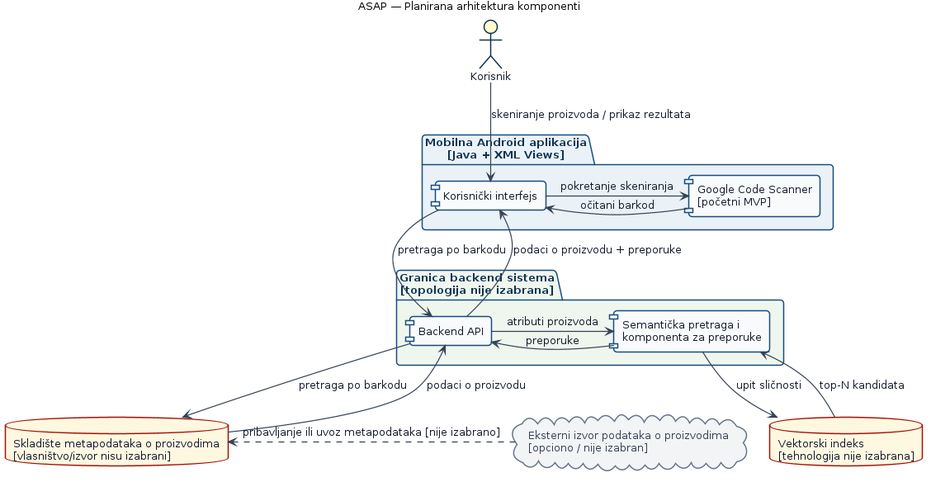
Before: docs/diagrams/rendered/sr/presentation/component-architecture.png, a diagram exported from PlantUML (mikelandjelos/asap-app). Its source is kept beside it as docs/diagrams/component-architecture.puml.
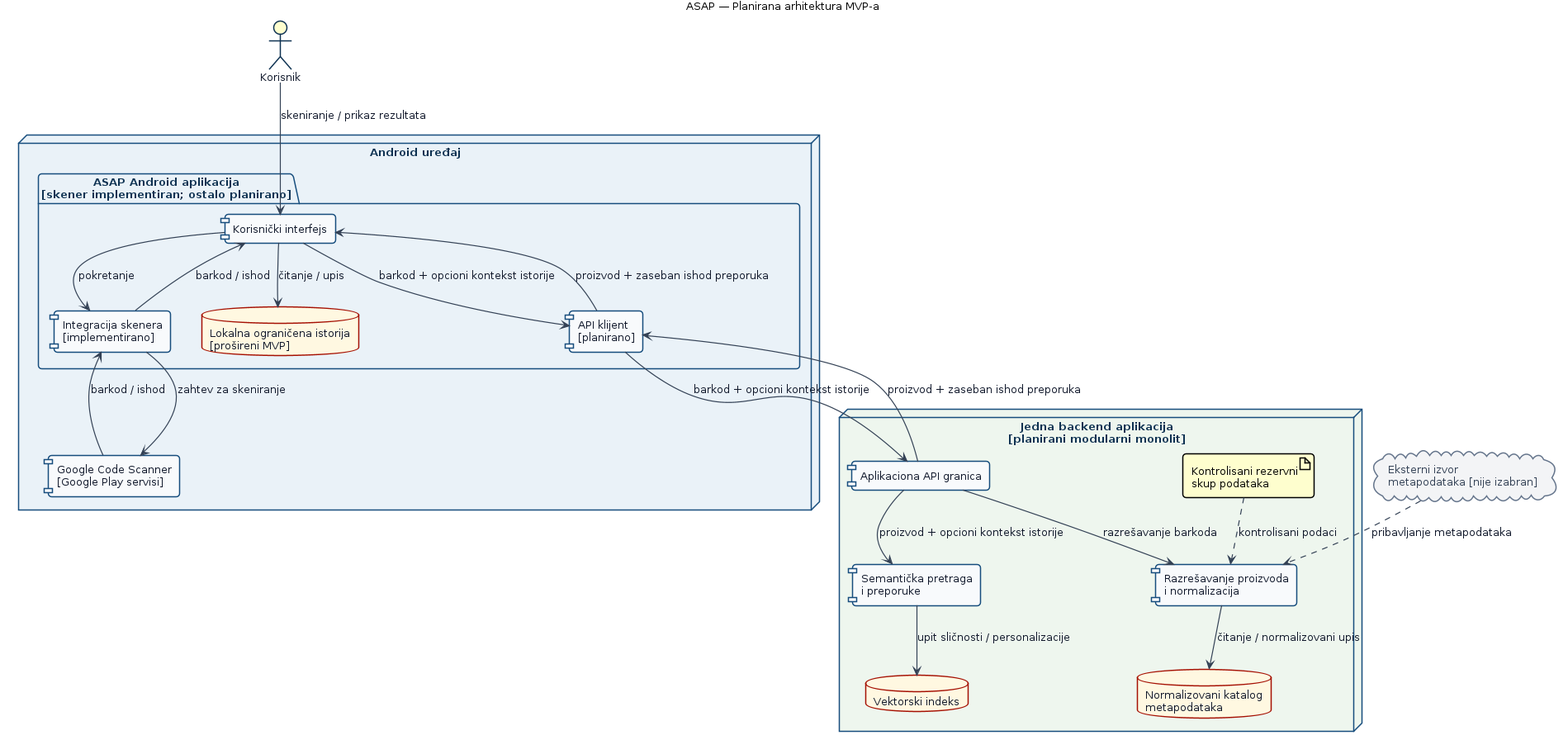
The same diagram one commit later.

The edit, as a diff of the source:
```diff
@@ -2,71 +2,73 @@
 !include includes/theme.puml
 
 !ifdef SERBIAN
-  !define DIAGRAM_TITLE ASAP — Planirana arhitektura komponenti
+  !define DIAGRAM_TITLE ASAP — Planirana arhitektura MVP-a
   !define USER_LABEL Korisnik
-  !define CLIENT_LABEL Mobilna Android aplikacija\n[Java + XML Views]
+  !define DEVICE_LABEL Android uređaj
+  !define APP_LABEL ASAP Android aplikacija\n[skener implementiran; ostalo planirano]
   !define UI_LABEL Korisnički interfejs
-  !define SCANNER_LABEL Google Code Scanner\n[početni MVP]
-  !define BACKEND_LABEL Granica backend sistema\n[topologija nije izabrana]
-  !define API_LABEL Backend API
-  !define SEMANTIC_LABEL Semantička pretraga i\nkomponenta za preporuke
-  !define PRODUCTS_LABEL Skladište metapodataka o proizvodima\n[vlasništvo/izvor nisu izabrani]
-  !define VECTORS_LABEL Vektorski indeks\n[tehnologija nije izabrana]
-  !define EXTERNAL_LABEL Eksterni izvor podataka o proizvodima\n[opciono / nije izabran]
-  !define FLOW_USER skeniranje proizvoda / prikaz rezultata
-  !define FLOW_FRAMES pokretanje skeniranja
-  !define FLOW_BARCODE očitani barkod
-  !define FLOW_LOOKUP pretraga po barkodu
-  !define FLOW_DETAILS podaci o proizvodu
-  !define FLOW_ATTRIBUTES atributi proizvoda
-  !define FLOW_RECOMMENDATIONS preporuke
-  !define FLOW_SIMILARITY upit sličnosti
-  !define FLOW_CANDIDATES top-N kandidata
-  !define FLOW_RESULT podaci o proizvodu + preporuke
-  !define FLOW_EXTERNAL pribavljanje ili uvoz metapodataka [nije izabrano]
-  !define LEGEND_NOTATION Oznaka
-  !define LEGEND_MEANING Značenje
-  !define LEGEND_SOLID Puna strelica
-  !define LEGEND_SOLID_MEANING Planirani tok informacija tokom rada
-  !define LEGEND_DASHED Isprekidana strelica
-  !define LEGEND_DASHED_MEANING Opciono ili nerazrešeno povezivanje
-  !define LEGEND_TBD [nije izabrano]
-  !define LEGEND_TBD_MEANING Eksplicitno otvorena projektna odluka
-  !define LEGEND_BOUNDARIES Granice
-  !define LEGEND_BOUNDARIES_MEANING Logičke; nisu dokaz implementacije
+  !define SCAN_ADAPTER_LABEL Integracija skenera\n[implementirano]
+  !define API_CLIENT_LABEL API klijent\n[planirano]
+  !define HISTORY_LABEL Lokalna ograničena istorija\n[prošireni MVP]
+  !define GCS_LABEL Google Code Scanner\n[Google Play servisi]
+  !define BACKEND_LABEL Jedna backend aplikacija\n[planirani modularni monolit]
+  !define API_LABEL Aplikaciona API granica
+  !define RESOLVER_LABEL Razrešavanje proizvoda\ni normalizacija
+  !define RECOMMENDER_LABEL Semantička pretraga\ni preporuke
+  !define PRODUCTS_LABEL Normalizovani katalog\nmetapodataka
+  !define VECTORS_LABEL Vektorski indeks
+  !define FALLBACK_LABEL Kontrolisani rezervni\nskup podataka
+  !define EXTERNAL_LABEL Eksterni izvor\nmetapodataka [nije izabran]
+  !define FLOW_USER skeniranje / prikaz rezultata
+  !define FLOW_LAUNCH pokretanje
+  !define FLOW_SCAN_CALL zahtev za skeniranje
+  !define FLOW_BARCODE barkod / ishod
+  !define FLOW_HISTORY čitanje / upis
+  !define FLOW_REQUEST barkod + opcioni kontekst istorije
+  !define FLOW_LOOKUP razrešavanje barkoda
+  !define FLOW_CATALOG čitanje / normalizovani upis
+  !define FLOW_PROVIDER pribavljanje metapodataka
+  !define FLOW_FALLBACK kontrolisani podaci
+  !define FLOW_RANK proizvod + opcioni kontekst istorije
+  !define FLOW_SEARCH upit sličnosti / personalizacije
+  !define FLOW_RESPONSE proizvod + zaseban ishod preporuka
+  !define LEGEND_1 Puna strelica: planirani tok tokom rada
+  !define LEGEND_2 Isprekidana strelica: rezervni ili eksterni tok
+  !define LEGEND_3 Granice prikazuju planirano postavljanje; samo integracija skenera je implementirana.
 !else
-  !define DIAGRAM_TITLE ASAP — Proposed component architecture
+  !define DIAGRAM_TITLE ASAP — Proposed MVP architecture
   !define USER_LABEL User
-  !define CLIENT_LABEL Android client\n[Java + XML Views]
+  !define DEVICE_LABEL Android device
+  !define APP_LABEL ASAP Android app\n[scanner implemented; rest planned]
   !define UI_LABEL User interface
-  !define SCANNER_LABEL Google Code Scanner\n[initial MVP]
-  !define BACKEND_LABEL Backend boundary\n[topology TBD]
-  !define API_LABEL Backend API
-  !define SEMANTIC_LABEL Semantic search and\nrecommendation component
-  !define PRODUCTS_LABEL Product metadata store\n[ownership/provider TBD]
-  !define VECTORS_LABEL Vector index\n[technology TBD]
-  !define EXTERNAL_LABEL External product metadata source\n[optional / TBD]
-  !define FLOW_USER scan product / view results
-  !define FLOW_FRAMES launch scan
-  !define FLOW_BARCODE decoded barcode
-  !define FLOW_LOOKUP lookup by barcode
-  !define FLOW_DETAILS product details
-  !define FLOW_ATTRIBUTES product attributes
-  !define FLOW_RECOMMENDATIONS recommendations
-  !define FLOW_SIMILARITY similarity query
-  !define FLOW_CANDIDATES top-N candidates
-  !define FLOW_RESULT product details + recommendations
-  !define FLOW_EXTERNAL metadata ingestion or lookup [TBD]
-  !define LEGEND_NOTATION Notation
-  !define LEGEND_MEANING Meaning
-  !define LEGEND_SOLID Solid arrow
-  !define LEGEND_SOLID_MEANING Planned runtime information flow
-  !define LEGEND_DASHED Dashed arrow
-  !define LEGEND_DASHED_MEANING Optional/unresolved integration
-  !define LEGEND_TBD [TBD]
-  !define LEGEND_TBD_MEANING Explicitly undecided design point
-  !define LEGEND_BOUNDARIES Boundaries
-  !define LEGEND_BOUNDARIES_MEANING Logical only; not deployment evidence
+  !define SCAN_ADAPTER_LABEL Scanner integration\n[implemented]
+  !define API_CLIENT_LABEL API client\n[planned]
+  !define HISTORY_LABEL Local bounded history\n[extended MVP]
+  !define GCS_LABEL Google Code Scanner\n[Google Play services]
+  !define BACKEND_LABEL Single backend application\n[planned modular monolith]
+  !define API_LABEL Application API boundary
+  !define RESOLVER_LABEL Product resolution\nand normalization
+  !define RECOMMENDER_LABEL Semantic search\nand recommendation
+  !define PRODUCTS_LABEL Normalized product\nmetadata catalog
+  !define VECTORS_LABEL Vector index
+  !define FALLBACK_LABEL Controlled fallback\ndataset
+  !define EXTERNAL_LABEL External product\nmetadata source [TBD]
+  !define FLOW_USER scan / view results
+  !define FLOW_LAUNCH launch
+  !define FLOW_SCAN_CALL scan request
+  !define FLOW_BARCODE barcode / outcome
+  !define FLOW_HISTORY read / write
+  !define FLOW_REQUEST barcode + optional history context
+  !define FLOW_LOOKUP resolve barcode
+  !define FLOW_CATALOG read / normalized write
+  !define FLOW_PROVIDER retrieve metadata
+  !define FLOW_FALLBACK controlled data
+  !define FLOW_RANK product + optional history context
+  !define FLOW_SEARCH similarity / personalization query
+  !define FLOW_RESPONSE product + separate recommendation outcome
+  !define LEGEND_1 Solid arrow: planned runtime information flow
+  !define LEGEND_2 Dashed arrow: fallback or external flow
+  !define LEGEND_3 Boundaries show planned deployment; only scanner integration is implemented.
 !endif
 
 title DIAGRAM_TITLE
@@ -74,40 +76,49 @@
 
 actor "USER_LABEL" as user
 
-package "CLIENT_LABEL" as android #EAF2F8 {
-  component "UI_LABEL" as ui
-  component "SCANNER_LABEL" as scanner
+node "DEVICE_LABEL" as device #EAF2F8 {
+  package "APP_LABEL" as android #EAF2F8 {
+    component "UI_LABEL" as ui
+    component "SCAN_ADAPTER_LABEL" as scan_adapter
+    component "API_CLIENT_LABEL" as api_client
+    database "HISTORY_LABEL" as history
+  }
+  component "GCS_LABEL" as scanner
 }
 
-package "BACKEND_LABEL" as backend #EEF6EE {
+node "BACKEND_LABEL" as backend #EEF6EE {
   component "API_LABEL" as api
-  component "SEMANTIC_LABEL" as semantic
+  component "RESOLVER_LABEL" as resolver
+  component "RECOMMENDER_LABEL" as recommender
+  database "PRODUCTS_LABEL" as products
+  database "VECTORS_LABEL" as vectors
+  artifact "FALLBACK_LABEL" as fallback
 }
 
-database "PRODUCTS_LABEL" as products
-database "VECTORS_LABEL" as vectors
 cloud "EXTERNAL_LABEL" as external
 
-user -down-> ui : FLOW_USER
-ui -right-> scanner : FLOW_FRAMES
-scanner -left-> ui : FLOW_BARCODE
-ui -down-> api : FLOW_LOOKUP
-api -down-> products : FLOW_LOOKUP
-products -up-> api : FLOW_DETAILS
-api -right-> semantic : FLOW_ATTRIBUTES
-semantic -left-> api : FLOW_RECOMMENDATIONS
-semantic -down-> vectors : FLOW_SIMILARITY
-vectors -up-> semantic : FLOW_CANDIDATES
-api -up-> ui : FLOW_RESULT
-external .left.> products : FLOW_EXTERNAL
+user --> ui : FLOW_USER
+ui --> scan_adapter : FLOW_LAUNCH
+scan_adapter --> scanner : FLOW_SCAN_CALL
+scanner --> scan_adapter : FLOW_BARCODE
+scan_adapter --> ui : FLOW_BARCODE
+ui --> history : FLOW_HISTORY
+ui --> api_client : FLOW_REQUEST
+api_client --> api : FLOW_REQUEST
+api --> resolver : FLOW_LOOKUP
+resolver --> products : FLOW_CATALOG
+external ..> resolver : FLOW_PROVIDER
+fallback ..> resolver : FLOW_FALLBACK
+api --> recommender : FLOW_RANK
+recommender --> vectors : FLOW_SEARCH
+api --> api_client : FLOW_RESPONSE
+api_client --> ui : FLOW_RESPONSE
 
 !ifndef PRESENTATION
   legend bottom
-    |= LEGEND_NOTATION |= LEGEND_MEANING |
-    | LEGEND_SOLID | LEGEND_SOLID_MEANING |
-    | LEGEND_DASHED | LEGEND_DASHED_MEANING |
-    | LEGEND_TBD | LEGEND_TBD_MEANING |
-    | LEGEND_BOUNDARIES | LEGEND_BOUNDARIES_MEANING |
+    LEGEND_1
+    LEGEND_2
+    LEGEND_3
   endlegend
 !endif
 
```
